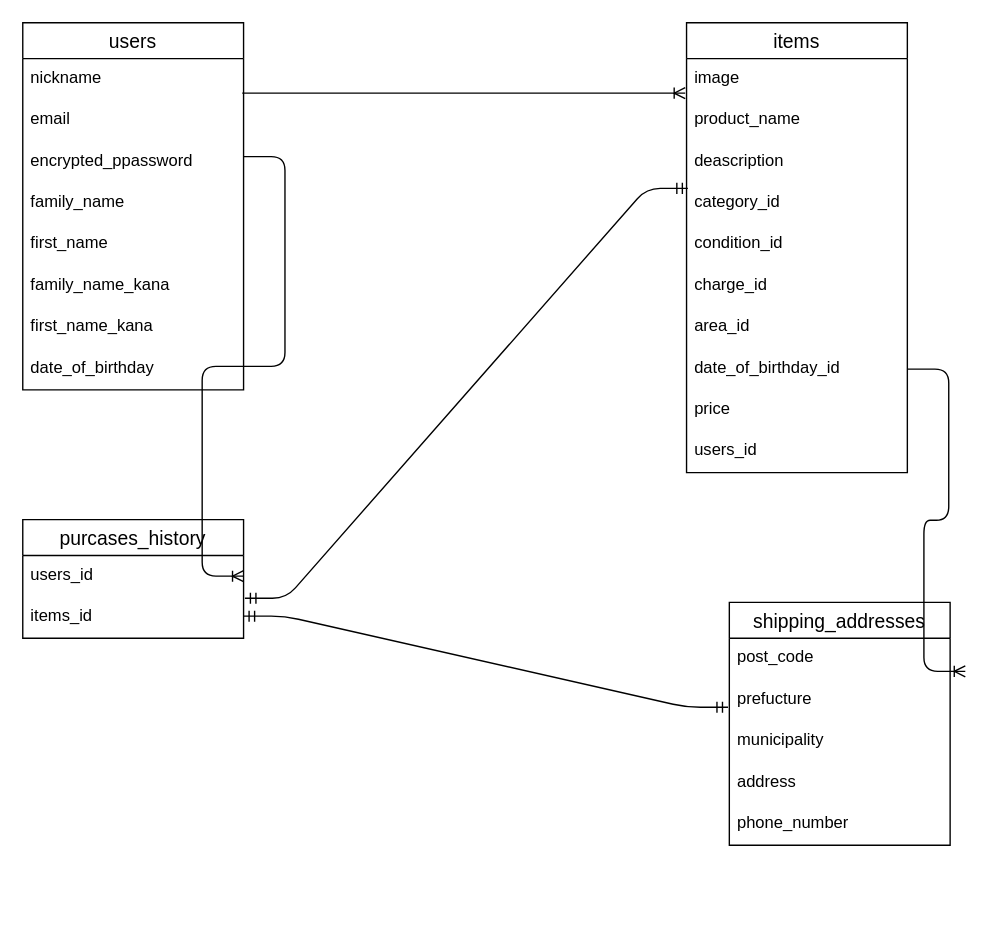
The draw.io diagram furima.dio in hongotakahiro/furima-38360, before the edit. Source tidied: cells renumbered, new cells numbered last; positions are measured from the earlier drawing's top-left corner, leaving out a move shared by most shapes. Both pictures are drawn from the tidied source at 138%, with x=0, y=0 at pixel (22, 22).
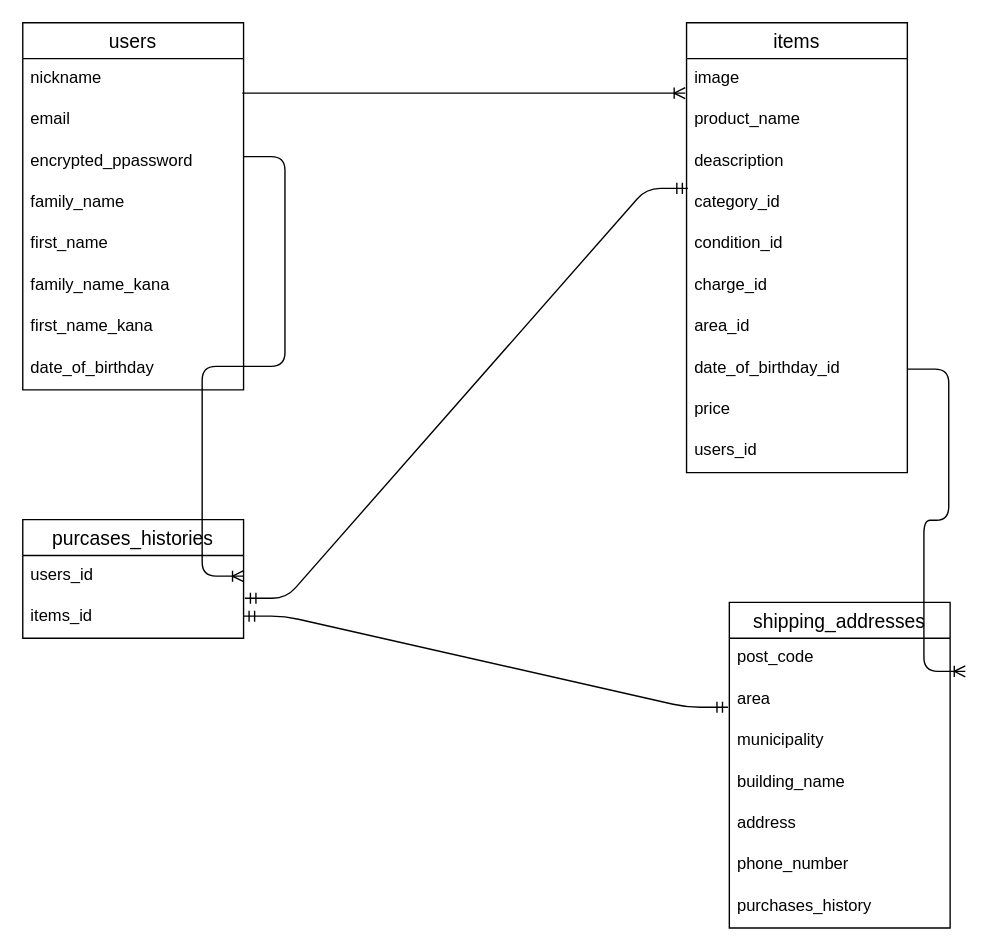
Above is the later version.

Commit message (it also covers changes not shown here):
テーブル設計　修正２

Diff of the diagram source:
```diff
@@
-    <mxCell id="22" value="purcases_history" style="swimlane;fontStyle=0;horizontal=1;startSize=26;align=center;fontSize=14;" parent="1" vertex="1">
+    <mxCell id="22" value="purcases_histories" style="swimlane;fontStyle=0;horizontal=1;startSize=26;align=center;fontSize=14;" parent="1" vertex="1">
       <mxGeometry y="360" width="160" height="86" as="geometry" />
     </mxCell>
@@
     <mxCell id="25" value="shipping_addresses" style="swimlane;fontStyle=0;horizontal=1;startSize=26;align=center;fontSize=14;" parent="1" vertex="1">
-      <mxGeometry x="512" y="420" width="160" height="176" as="geometry" />
+      <mxGeometry x="512" y="420" width="160" height="236" as="geometry" />
     </mxCell>
@@
-    <mxCell id="27" value="prefucture" style="text;strokeColor=none;fillColor=none;spacingLeft=4;spacingRight=4;overflow=hidden;points=[[0,0.5],[1,0.5]];portConstraint=eastwest;fontSize=12;" parent="25" vertex="1">
+    <mxCell id="27" value="area" style="text;strokeColor=none;fillColor=none;spacingLeft=4;spacingRight=4;overflow=hidden;points=[[0,0.5],[1,0.5]];portConstraint=eastwest;fontSize=12;" parent="25" vertex="1">
       <mxGeometry y="56" width="160" height="30" as="geometry" />
     </mxCell>
@@
+    <mxCell id="36" value="building_name" style="text;strokeColor=none;fillColor=none;spacingLeft=4;spacingRight=4;overflow=hidden;fontSize=12;" parent="25" vertex="1">
+      <mxGeometry y="116" width="160" height="30" as="geometry" />
+    </mxCell>
     <mxCell id="29" value="address" style="text;strokeColor=none;fillColor=none;spacingLeft=4;spacingRight=4;overflow=hidden;fontSize=12;" parent="25" vertex="1">
-      <mxGeometry y="116" width="160" height="30" as="geometry" />
+      <mxGeometry y="146" width="160" height="30" as="geometry" />
     </mxCell>
     <mxCell id="30" value="phone_number" style="text;strokeColor=none;fillColor=none;spacingLeft=4;spacingRight=4;overflow=hidden;fontSize=12;" parent="25" vertex="1">
-      <mxGeometry y="146" width="160" height="30" as="geometry" />
+      <mxGeometry y="176" width="160" height="30" as="geometry" />
     </mxCell>
+    <mxCell id="37" value="purchases_history" style="text;strokeColor=none;fillColor=none;spacingLeft=4;spacingRight=4;overflow=hidden;fontSize=12;" parent="25" vertex="1">
+      <mxGeometry y="206" width="160" height="30" as="geometry" />
+    </mxCell>
```
